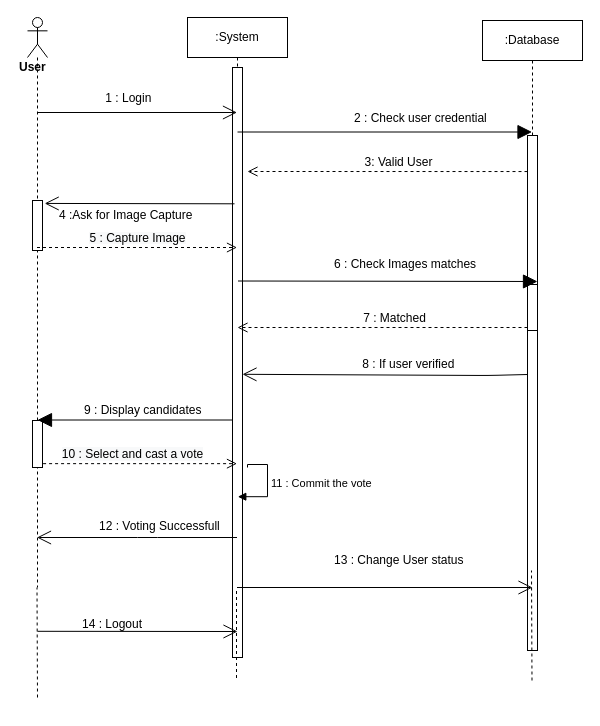
matic14/BLockVote-UML-Diagram keeps this draw.io diagram as page "Page-1" (1 of 2) of Sequence2.drawio. Above is the earlier version. Source tidied: cells renumbered, new cells numbered last; positions are measured from the earlier drawing's top-left corner, leaving out a move shared by most shapes. Both pictures are drawn from the tidied source at 100%, with x=0, y=0 at pixel (17, 17).
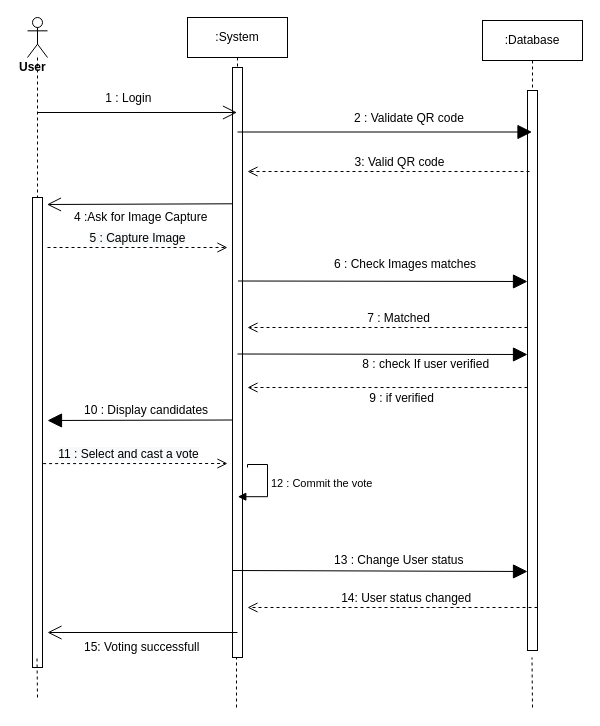
The same page after the edit.

Unchanged cells that the change refers to:
```xml
<mxCell id="2" value=":System" style="shape=umlLifeline;perimeter=lifelinePerimeter;whiteSpace=wrap;html=1;outlineConnect=0;" parent="1" vertex="1">
  <mxGeometry x="170" width="100" height="640" as="geometry" />
</mxCell>
<mxCell id="3" style="html=1;points=[];perimeter=orthogonalPerimeter;" parent="2" vertex="1">
  <mxGeometry x="45" y="50" width="10" height="590" as="geometry" />
</mxCell>
<mxCell id="10" value=":Database" style="shape=umlLifeline;perimeter=lifelinePerimeter;whiteSpace=wrap;html=1;outlineConnect=0;" parent="1" vertex="1">
  <mxGeometry x="465" y="3" width="100" height="630" as="geometry" />
</mxCell>
```

Change to the diagram source:
```diff
@@
-    <mxCell id="4" value="11 : Commit the vote" style="edgeStyle=orthogonalEdgeStyle;html=1;align=left;spacingLeft=2;endArrow=block;rounded=0;entryX=1;entryY=0;" parent="2" edge="1">
+    <mxCell id="4" value="12 : Commit the vote" style="edgeStyle=orthogonalEdgeStyle;html=1;align=left;spacingLeft=2;endArrow=block;rounded=0;entryX=1;entryY=0;" parent="2" edge="1">
       <mxGeometry relative="1" as="geometry">
         <mxPoint x="60" y="450" as="sourcePoint" />
         <mxPoint x="50.3" y="479.2" as="targetPoint" />
         <Array as="points">
           <mxPoint x="80" y="447" />
         </Array>
       </mxGeometry>
     </mxCell>
     <mxCell id="5" style="shape=umlLifeline;participant=umlActor;perimeter=lifelinePerimeter;whiteSpace=wrap;html=1;verticalAlign=top;spacingTop=36;labelBackgroundColor=#ffffff;outlineConnect=0;" parent="1" vertex="1">
-      <mxGeometry x="10" width="20" height="570" as="geometry" />
+      <mxGeometry x="10" width="20" height="640" as="geometry" />
     </mxCell>
     <mxCell id="6" style="html=1;points=[];perimeter=orthogonalPerimeter;" parent="5" vertex="1">
-      <mxGeometry x="5" y="183" width="10" height="50" as="geometry" />
+      <mxGeometry x="5" y="180" width="10" height="470" as="geometry" />
     </mxCell>
-    <mxCell id="7" style="html=1;points=[];perimeter=orthogonalPerimeter;" parent="5" vertex="1">
-      <mxGeometry x="5" y="403" width="10" height="47" as="geometry" />
-    </mxCell>
@@
     <mxCell id="11" style="html=1;points=[];perimeter=orthogonalPerimeter;" parent="10" vertex="1">
-      <mxGeometry x="45" y="115" width="10" height="515" as="geometry" />
+      <mxGeometry x="45" y="70" width="10" height="560" as="geometry" />
     </mxCell>
-    <mxCell id="12" style="html=1;perimeter=orthogonalPerimeter;" parent="10" vertex="1">
-      <mxGeometry x="45" y="264" width="10" height="46" as="geometry" />
-    </mxCell>
-    <mxCell id="13" value="2 : Check user credential" style="text;html=1;align=left;verticalAlign=top;spacingTop=-4;" parent="1" vertex="1">
-      <mxGeometry x="335" y="91" width="150" height="20" as="geometry" />
+    <mxCell id="13" value="2 : Validate QR code" style="text;html=1;align=left;verticalAlign=top;spacingTop=-4;" parent="1" vertex="1">
+      <mxGeometry x="335" y="91" width="130" height="20" as="geometry" />
     </mxCell>
@@
-    <mxCell id="16" value="&lt;font style=&quot;font-size: 12px&quot;&gt;3: Valid User&lt;/font&gt;" style="html=1;verticalAlign=bottom;endArrow=open;dashed=1;endSize=8;exitX=0;exitY=0.07;exitDx=0;exitDy=0;exitPerimeter=0;" parent="1" edge="1" source="11">
+    <mxCell id="16" value="&lt;font style=&quot;font-size: 12px&quot;&gt;3: Valid QR code&lt;/font&gt;" style="html=1;verticalAlign=bottom;endArrow=open;dashed=1;endSize=8;" parent="1" edge="1">
       <mxGeometry x="-0.08" relative="1" as="geometry">
+        <mxPoint x="512" y="154" as="sourcePoint" />
         <mxPoint x="230" y="154" as="targetPoint" />
       </mxGeometry>
     </mxCell>
-    <mxCell id="17" style="endArrow=open;endFill=1;endSize=12;html=1;exitX=0.201;exitY=0.954;exitDx=0;exitDy=0;exitPerimeter=0;entryX=1.218;entryY=0.059;entryDx=0;entryDy=0;entryPerimeter=0;" parent="1" edge="1" target="6">
+    <mxCell id="17" style="endArrow=open;endFill=1;endSize=12;html=1;exitX=0.02;exitY=0.231;exitDx=0;exitDy=0;exitPerimeter=0;" parent="1" edge="1" source="3">
       <mxGeometry relative="1" as="geometry">
-        <mxPoint x="217" y="186.3" as="sourcePoint" />
+        <mxPoint x="29.5" y="187" as="targetPoint" />
       </mxGeometry>
     </mxCell>
     <mxCell id="18" value="4 :Ask for Image Capture" style="text;html=1;align=left;verticalAlign=top;spacingTop=-4;" parent="1" vertex="1">
-      <mxGeometry x="40" y="188" width="150" height="20" as="geometry" />
+      <mxGeometry x="55" y="190" width="150" height="20" as="geometry" />
     </mxCell>
     <mxCell id="19" style="endArrow=block;endFill=1;endSize=12;html=1;" parent="1" edge="1">
       <mxGeometry relative="1" as="geometry">
         <mxPoint x="220.5" y="263.5" as="sourcePoint" />
-        <mxPoint x="520" y="264" as="targetPoint" />
+        <mxPoint x="510" y="264" as="targetPoint" />
       </mxGeometry>
     </mxCell>
@@
     <mxCell id="21" value="&lt;font style=&quot;font-size: 12px&quot;&gt;7 : Matched&lt;/font&gt;" style="html=1;verticalAlign=bottom;endArrow=open;dashed=1;endSize=8;" parent="1" edge="1">
       <mxGeometry x="-0.08" relative="1" as="geometry">
         <mxPoint x="510" y="310" as="sourcePoint" />
-        <mxPoint x="220" y="310" as="targetPoint" />
+        <mxPoint x="230" y="310" as="targetPoint" />
       </mxGeometry>
     </mxCell>
-    <mxCell id="22" style="endArrow=open;endFill=1;endSize=12;html=1;entryX=0.999;entryY=-0.004;entryDx=0;entryDy=0;entryPerimeter=0;" parent="1" edge="1">
-      <mxGeometry relative="1" as="geometry">
-        <mxPoint x="510" y="357" as="sourcePoint" />
-        <mxPoint x="225" y="356.8" as="targetPoint" />
-        <Array as="points">
-          <mxPoint x="470.5" y="358" />
-        </Array>
-      </mxGeometry>
-    </mxCell>
-    <mxCell id="23" value="&amp;nbsp;8 : If user verified" style="text;html=1;align=left;verticalAlign=top;spacingTop=-4;" parent="1" vertex="1">
-      <mxGeometry x="340" y="337" width="110" height="20" as="geometry" />
+    <mxCell id="23" value="&amp;nbsp;8 : check If user verified" style="text;html=1;align=left;verticalAlign=top;spacingTop=-4;" parent="1" vertex="1">
+      <mxGeometry x="340" y="337" width="150" height="20" as="geometry" />
     </mxCell>
-    <mxCell id="24" value="9 : Display candidates" style="text;html=1;align=left;verticalAlign=top;spacingTop=-4;" parent="1" vertex="1">
-      <mxGeometry x="65" y="383" width="130" height="20" as="geometry" />
+    <mxCell id="24" value="10 : Display candidates" style="text;html=1;align=left;verticalAlign=top;spacingTop=-4;" parent="1" vertex="1">
+      <mxGeometry x="65" y="383" width="140" height="20" as="geometry" />
     </mxCell>
-    <mxCell id="25" value="&lt;span style=&quot;text-align: left ; background-color: rgb(248 , 249 , 250)&quot;&gt;&lt;font style=&quot;font-size: 12px&quot;&gt;5 : Capture Image&lt;/font&gt;&lt;/span&gt;" style="html=1;verticalAlign=bottom;endArrow=open;dashed=1;endSize=8;" parent="1" edge="1" source="5" target="2">
+    <mxCell id="25" value="&lt;span style=&quot;text-align: left ; background-color: rgb(248 , 249 , 250)&quot;&gt;&lt;font style=&quot;font-size: 12px&quot;&gt;5 : Capture Image&lt;/font&gt;&lt;/span&gt;" style="html=1;verticalAlign=bottom;endArrow=open;dashed=1;endSize=8;" parent="1" edge="1">
       <mxGeometry relative="1" as="geometry">
+        <mxPoint x="30" y="230" as="sourcePoint" />
+        <mxPoint x="210" y="230" as="targetPoint" />
         <Array as="points">
           <mxPoint x="140" y="230" />
         </Array>
       </mxGeometry>
     </mxCell>
-    <mxCell id="26" style="endArrow=open;endFill=1;endSize=12;html=1;" parent="1" edge="1" source="2">
-      <mxGeometry relative="1" as="geometry">
-        <mxPoint x="515" y="570" as="targetPoint" />
-      </mxGeometry>
-    </mxCell>
     <mxCell id="27" value="13 : Change User status" style="text;html=1;align=left;verticalAlign=top;spacingTop=-4;" parent="1" vertex="1">
-      <mxGeometry x="315" y="533" width="140" height="20" as="geometry" />
+      <mxGeometry x="315" y="533" width="150" height="20" as="geometry" />
     </mxCell>
     <mxCell id="28" style="endArrow=block;endFill=1;endSize=12;html=1;" parent="1" edge="1">
       <mxGeometry relative="1" as="geometry">
         <mxPoint x="215" y="402.5" as="sourcePoint" />
-        <mxPoint x="20" y="402.5" as="targetPoint" />
+        <mxPoint x="30" y="403" as="targetPoint" />
       </mxGeometry>
     </mxCell>
-    <mxCell id="29" value="&lt;span style=&quot;font-size: 12px ; text-align: left ; background-color: rgb(248 , 249 , 250)&quot;&gt;10 : Select and cast a vote&lt;/span&gt;" style="html=1;verticalAlign=bottom;endArrow=open;dashed=1;endSize=8;exitX=1.059;exitY=0.918;exitDx=0;exitDy=0;exitPerimeter=0;" parent="1" edge="1" source="7" target="2">
-      <mxGeometry x="-0.08" relative="1" as="geometry" />
+    <mxCell id="29" value="&lt;span style=&quot;font-size: 12px ; text-align: left ; background-color: rgb(248 , 249 , 250)&quot;&gt;11 : Select and cast a vote&lt;/span&gt;" style="html=1;verticalAlign=bottom;endArrow=open;dashed=1;endSize=8;exitX=1.059;exitY=0.918;exitDx=0;exitDy=0;exitPerimeter=0;" parent="1" edge="1">
+      <mxGeometry x="-0.08" relative="1" as="geometry">
+        <mxPoint x="25.6" y="446.1" as="sourcePoint" />
+        <mxPoint x="210" y="446" as="targetPoint" />
+      </mxGeometry>
     </mxCell>
-    <mxCell id="30" style="endArrow=open;endFill=1;endSize=12;html=1;" parent="1" edge="1">
-      <mxGeometry relative="1" as="geometry">
-        <mxPoint x="20" y="613.8" as="sourcePoint" />
-        <mxPoint x="220" y="614" as="targetPoint" />
-      </mxGeometry>
-    </mxCell>
-    <mxCell id="31" value="14 : Logout" style="text;html=1;align=left;verticalAlign=top;spacingTop=-4;" parent="1" vertex="1">
-      <mxGeometry x="63" y="597" width="80" height="20" as="geometry" />
-    </mxCell>
@@
     <mxCell id="34" style="endArrow=none;dashed=1;html=1;" parent="1" edge="1">
       <mxGeometry relative="1" as="geometry">
-        <mxPoint x="219" y="660.5" as="sourcePoint" />
-        <mxPoint x="219" y="573.5" as="targetPoint" />
+        <mxPoint x="219" y="690" as="sourcePoint" />
+        <mxPoint x="219" y="640" as="targetPoint" />
       </mxGeometry>
     </mxCell>
     <mxCell id="35" style="endArrow=none;dashed=1;html=1;" parent="1" edge="1">
       <mxGeometry relative="1" as="geometry">
-        <mxPoint x="514.5" y="663" as="sourcePoint" />
-        <mxPoint x="514" y="553" as="targetPoint" />
+        <mxPoint x="515" y="690" as="sourcePoint" />
+        <mxPoint x="514.5" y="640" as="targetPoint" />
       </mxGeometry>
     </mxCell>
-    <mxCell id="36" style="endArrow=open;endFill=1;endSize=12;html=1;" parent="1" edge="1" source="2" target="5">
-      <mxGeometry relative="1" as="geometry">
-        <Array as="points">
-          <mxPoint x="130" y="520" />
-        </Array>
-      </mxGeometry>
-    </mxCell>
-    <mxCell id="37" value="12 : Voting Successfull" style="text;html=1;align=left;verticalAlign=top;spacingTop=-4;" parent="1" vertex="1">
-      <mxGeometry x="80" y="499" width="140" height="20" as="geometry" />
-    </mxCell>
+    <mxCell id="38" style="endArrow=block;endFill=1;endSize=12;html=1;" parent="1" edge="1">
+      <mxGeometry relative="1" as="geometry">
+        <mxPoint x="220" y="336.5" as="sourcePoint" />
+        <mxPoint x="510" y="337" as="targetPoint" />
+      </mxGeometry>
+    </mxCell>
+    <mxCell id="39" value="&lt;font style=&quot;font-size: 12px&quot;&gt;9 : if verified&lt;/font&gt;" style="html=1;verticalAlign=bottom;endArrow=open;dashed=1;endSize=8;" parent="1" edge="1">
+      <mxGeometry x="-0.1" y="20" relative="1" as="geometry">
+        <mxPoint x="510" y="370" as="sourcePoint" />
+        <mxPoint x="230" y="370" as="targetPoint" />
+      </mxGeometry>
+    </mxCell>
+    <mxCell id="40" style="endArrow=block;endFill=1;endSize=12;html=1;" parent="1" edge="1">
+      <mxGeometry relative="1" as="geometry">
+        <mxPoint x="215.5" y="553" as="sourcePoint" />
+        <mxPoint x="510" y="554" as="targetPoint" />
+      </mxGeometry>
+    </mxCell>
+    <mxCell id="41" value="&lt;font style=&quot;font-size: 12px&quot;&gt;&amp;nbsp;14: User status changed&lt;/font&gt;" style="html=1;verticalAlign=bottom;endArrow=open;dashed=1;endSize=8;" parent="1" edge="1">
+      <mxGeometry x="-0.08" relative="1" as="geometry">
+        <mxPoint x="520" y="590" as="sourcePoint" />
+        <mxPoint x="230" y="590" as="targetPoint" />
+      </mxGeometry>
+    </mxCell>
+    <mxCell id="42" style="endArrow=open;endFill=1;endSize=12;html=1;" parent="1" edge="1">
+      <mxGeometry relative="1" as="geometry">
+        <mxPoint x="220" y="615" as="sourcePoint" />
+        <mxPoint x="30" y="615" as="targetPoint" />
+        <Array as="points">
+          <mxPoint x="130.5" y="615" />
+        </Array>
+      </mxGeometry>
+    </mxCell>
+    <mxCell id="43" value="15: Voting successfull" style="text;html=1;align=left;verticalAlign=top;spacingTop=-4;" parent="1" vertex="1">
+      <mxGeometry x="65" y="620" width="130" height="20" as="geometry" />
+    </mxCell>
```
